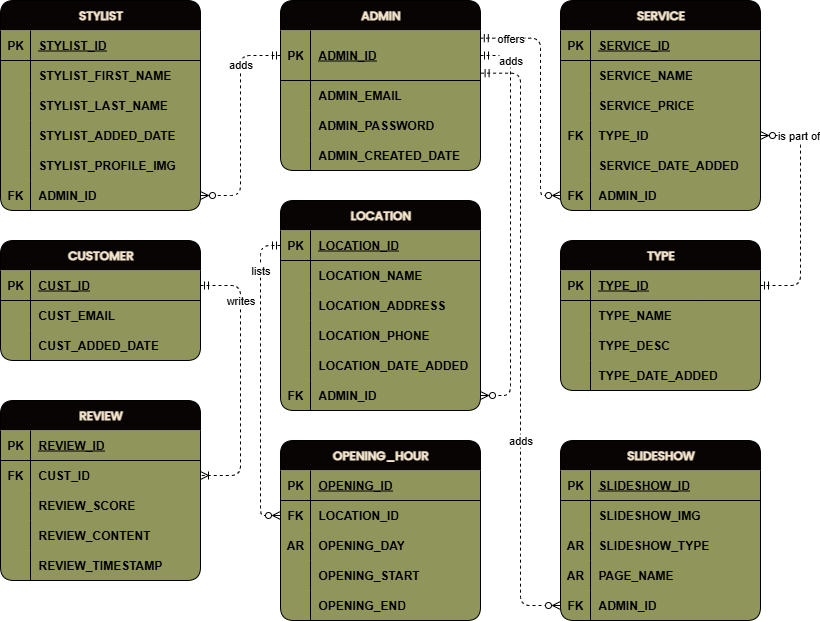
The draw.io diagram documents/THC ERD.png in teruteruOuO/The-Hair-Collective, before a commit. Source tidied: cells renumbered, new cells last; positions are measured from the earlier drawing's top-left corner, leaving out a move shared by most shapes.
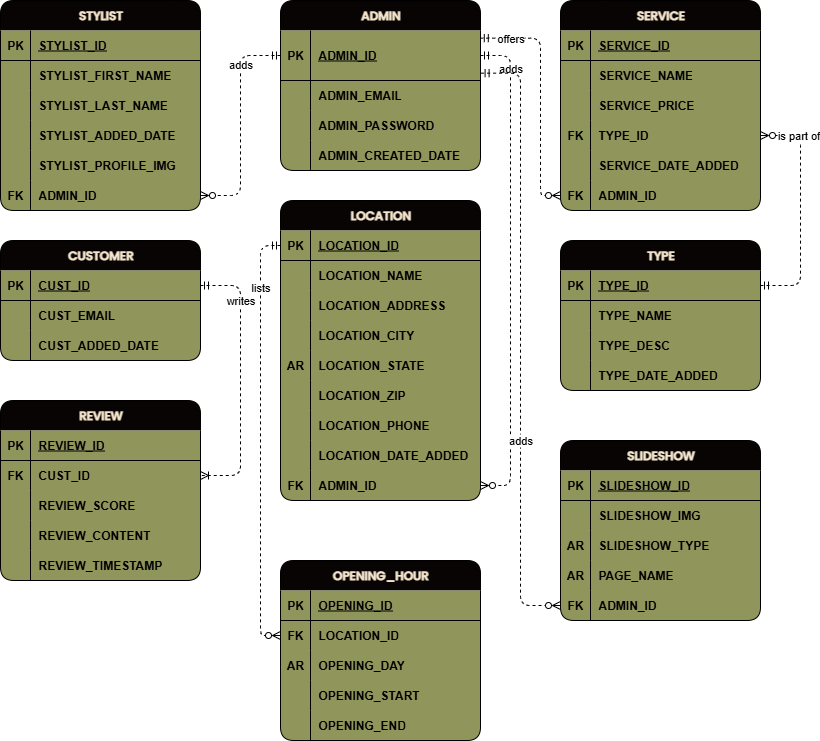
The same file after the commit.

Diff of the diagram source:
```diff
@@ -234,7 +234,7 @@
       <mxGeometry x="30" width="170" height="30" as="geometry" />
     </mxCell>
     <mxCell id="79" value="LOCATION" style="shape=table;startSize=30;rowLines=0;fontStyle=1;align=center;html=1;fillColor=#080404;fontColor=#F4E5CC;labelBackgroundColor=none;labelBorderColor=none;swimlaneFillColor=#90955C;rounded=1;shadow=0;fillStyle=auto;swimlaneLine=0;fontFamily=Poppins;fontSource=https%3A%2F%2Ffonts.googleapis.com%2Fcss%3Ffamily%3DPoppins;gradientColor=none;" parent="1" vertex="1">
-      <mxGeometry x="280" y="200" width="200" height="210" as="geometry" />
+      <mxGeometry x="280" y="200" width="200" height="300" as="geometry" />
     </mxCell>
     <mxCell id="80" style="shape=tableRow;horizontal=0;startSize=0;swimlaneHead=0;swimlaneBody=0;fillColor=none;points=[[0,0.5],[1,0.5]];portConstraint=eastwest;top=0;left=0;right=0;bottom=1;swimlaneFillColor=#90955C;" parent="79" vertex="1">
       <mxGeometry y="30" width="200" height="30" as="geometry" />
@@ -263,8 +263,35 @@
     <mxCell id="88" value="LOCATION_ADDRESS" style="shape=partialRectangle;fillColor=none;top=0;left=0;bottom=0;right=0;align=left;spacingLeft=6;overflow=hidden;whiteSpace=wrap;html=1;swimlaneFillColor=#90955C;fontStyle=1;" parent="86" vertex="1">
       <mxGeometry x="30" width="170" height="30" as="geometry" />
     </mxCell>
+    <mxCell id="150" style="shape=tableRow;horizontal=0;startSize=0;swimlaneHead=0;swimlaneBody=0;fillColor=none;top=0;left=0;right=0;bottom=0;swimlaneFillColor=#90955C;" parent="79" vertex="1">
+      <mxGeometry y="120" width="200" height="30" as="geometry" />
+    </mxCell>
+    <mxCell id="151" style="shape=partialRectangle;fillColor=none;top=0;left=0;bottom=0;right=0;overflow=hidden;whiteSpace=wrap;html=1;swimlaneFillColor=#90955C;" parent="150" vertex="1">
+      <mxGeometry width="30" height="30" as="geometry" />
+    </mxCell>
+    <mxCell id="152" value="LOCATION_CITY" style="shape=partialRectangle;fillColor=none;top=0;left=0;bottom=0;right=0;align=left;spacingLeft=6;overflow=hidden;whiteSpace=wrap;html=1;swimlaneFillColor=#90955C;fontStyle=1;" parent="150" vertex="1">
+      <mxGeometry x="30" width="170" height="30" as="geometry" />
+    </mxCell>
+    <mxCell id="153" style="shape=tableRow;horizontal=0;startSize=0;swimlaneHead=0;swimlaneBody=0;fillColor=none;top=0;left=0;right=0;bottom=0;swimlaneFillColor=#90955C;" parent="79" vertex="1">
+      <mxGeometry y="150" width="200" height="30" as="geometry" />
+    </mxCell>
+    <mxCell id="154" value="&lt;b&gt;AR&lt;/b&gt;" style="shape=partialRectangle;fillColor=none;top=0;left=0;bottom=0;right=0;overflow=hidden;whiteSpace=wrap;html=1;swimlaneFillColor=#90955C;" parent="153" vertex="1">
+      <mxGeometry width="30" height="30" as="geometry" />
+    </mxCell>
+    <mxCell id="155" value="LOCATION_STATE" style="shape=partialRectangle;fillColor=none;top=0;left=0;bottom=0;right=0;align=left;spacingLeft=6;overflow=hidden;whiteSpace=wrap;html=1;swimlaneFillColor=#90955C;fontStyle=1;" parent="153" vertex="1">
+      <mxGeometry x="30" width="170" height="30" as="geometry" />
+    </mxCell>
+    <mxCell id="156" style="shape=tableRow;horizontal=0;startSize=0;swimlaneHead=0;swimlaneBody=0;fillColor=none;top=0;left=0;right=0;bottom=0;swimlaneFillColor=#90955C;" parent="79" vertex="1">
+      <mxGeometry y="180" width="200" height="30" as="geometry" />
+    </mxCell>
+    <mxCell id="157" style="shape=partialRectangle;fillColor=none;top=0;left=0;bottom=0;right=0;overflow=hidden;whiteSpace=wrap;html=1;swimlaneFillColor=#90955C;" parent="156" vertex="1">
+      <mxGeometry width="30" height="30" as="geometry" />
+    </mxCell>
+    <mxCell id="158" value="LOCATION_ZIP" style="shape=partialRectangle;fillColor=none;top=0;left=0;bottom=0;right=0;align=left;spacingLeft=6;overflow=hidden;whiteSpace=wrap;html=1;swimlaneFillColor=#90955C;fontStyle=1;" parent="156" vertex="1">
+      <mxGeometry x="30" width="170" height="30" as="geometry" />
+    </mxCell>
     <mxCell id="89" style="shape=tableRow;horizontal=0;startSize=0;swimlaneHead=0;swimlaneBody=0;fillColor=none;top=0;left=0;right=0;bottom=0;swimlaneFillColor=#90955C;" parent="79" vertex="1">
-      <mxGeometry y="120" width="200" height="30" as="geometry" />
+      <mxGeometry y="210" width="200" height="30" as="geometry" />
     </mxCell>
     <mxCell id="90" style="shape=partialRectangle;fillColor=none;top=0;left=0;bottom=0;right=0;overflow=hidden;whiteSpace=wrap;html=1;swimlaneFillColor=#90955C;" parent="89" vertex="1">
       <mxGeometry width="30" height="30" as="geometry" />
@@ -273,7 +300,7 @@
       <mxGeometry x="30" width="170" height="30" as="geometry" />
     </mxCell>
     <mxCell id="92" style="shape=tableRow;horizontal=0;startSize=0;swimlaneHead=0;swimlaneBody=0;fillColor=none;top=0;left=0;right=0;bottom=0;swimlaneFillColor=#90955C;" parent="79" vertex="1">
-      <mxGeometry y="150" width="200" height="30" as="geometry" />
+      <mxGeometry y="240" width="200" height="30" as="geometry" />
     </mxCell>
     <mxCell id="93" style="shape=partialRectangle;fillColor=none;top=0;left=0;bottom=0;right=0;overflow=hidden;whiteSpace=wrap;html=1;swimlaneFillColor=#90955C;" parent="92" vertex="1">
       <mxGeometry width="30" height="30" as="geometry" />
@@ -282,7 +309,7 @@
       <mxGeometry x="30" width="170" height="30" as="geometry" />
     </mxCell>
     <mxCell id="95" style="shape=tableRow;horizontal=0;startSize=0;swimlaneHead=0;swimlaneBody=0;fillColor=none;points=[[0,0.5],[1,0.5]];portConstraint=eastwest;top=0;left=0;right=0;bottom=0;swimlaneFillColor=#90955C;" parent="79" vertex="1">
-      <mxGeometry y="180" width="200" height="30" as="geometry" />
+      <mxGeometry y="270" width="200" height="30" as="geometry" />
     </mxCell>
     <mxCell id="96" value="&lt;b&gt;FK&lt;/b&gt;" style="shape=partialRectangle;fillColor=none;top=0;left=0;bottom=0;right=0;overflow=hidden;whiteSpace=wrap;html=1;swimlaneFillColor=#90955C;" parent="95" vertex="1">
       <mxGeometry width="30" height="30" as="geometry" />
@@ -299,7 +326,7 @@
       </mxGeometry>
     </mxCell>
     <mxCell id="99" value="OPENING_HOUR" style="shape=table;startSize=30;rowLines=0;fontStyle=1;align=center;html=1;fillColor=#080404;fontColor=#F4E5CC;labelBackgroundColor=none;labelBorderColor=none;swimlaneFillColor=#90955C;rounded=1;shadow=0;fillStyle=auto;swimlaneLine=0;fontFamily=Poppins;fontSource=https%3A%2F%2Ffonts.googleapis.com%2Fcss%3Ffamily%3DPoppins;gradientColor=none;" parent="1" vertex="1">
-      <mxGeometry x="280" y="440" width="200" height="180" as="geometry" />
+      <mxGeometry x="280" y="560" width="200" height="180" as="geometry" />
     </mxCell>
     <mxCell id="100" style="shape=tableRow;horizontal=0;startSize=0;swimlaneHead=0;swimlaneBody=0;fillColor=none;top=0;left=0;right=0;bottom=1;swimlaneFillColor=#90955C;" parent="99" vertex="1">
       <mxGeometry y="30" width="200" height="30" as="geometry" />
@@ -350,7 +377,7 @@
       <mxGeometry x="-0.71" relative="1" as="geometry">
         <Array as="points">
           <mxPoint x="260" y="245" />
-          <mxPoint x="260" y="515" />
+          <mxPoint x="260" y="635" />
         </Array>
       </mxGeometry>
     </mxCell>
@@ -369,7 +396,7 @@
       <mxGeometry x="-0.82" relative="1" as="geometry">
         <Array as="points">
           <mxPoint x="510" y="55" />
-          <mxPoint x="510" y="395" />
+          <mxPoint x="510" y="485" />
         </Array>
       </mxGeometry>
     </mxCell>
```
